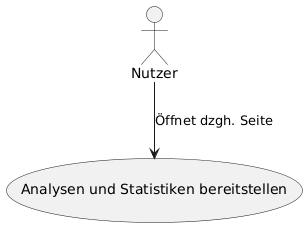
The PlantUML diagram wiki/topics/Inkremente/00/Diagramme/Anforderungsanalyse_018.png in SoftwareEngineeringOne/wiki, before a commit.
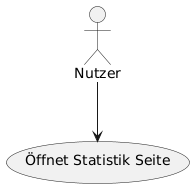
Above is the later version.

The edit, as a diff of the source:
```diff
@@ -1,4 +1,4 @@
 @startuml
-"Analysen und Statistiken bereitstellen" as (Use)
-:Nutzer: --> (Use): Öffnet dzgh. Seite
+"Öffnet Statistik Seite" as (Use)
+:Nutzer: --> (Use)
 @enduml
```
